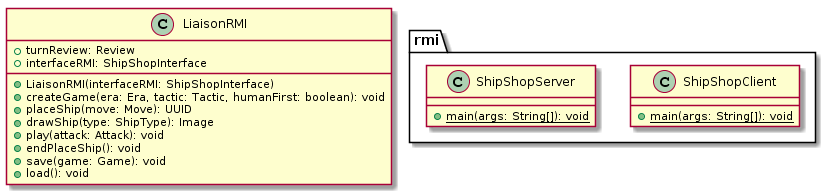
This is doc/conception suite/image/class/rmi.png from Reynault/ShipShop, a PlantUML export, as it was before one commit.
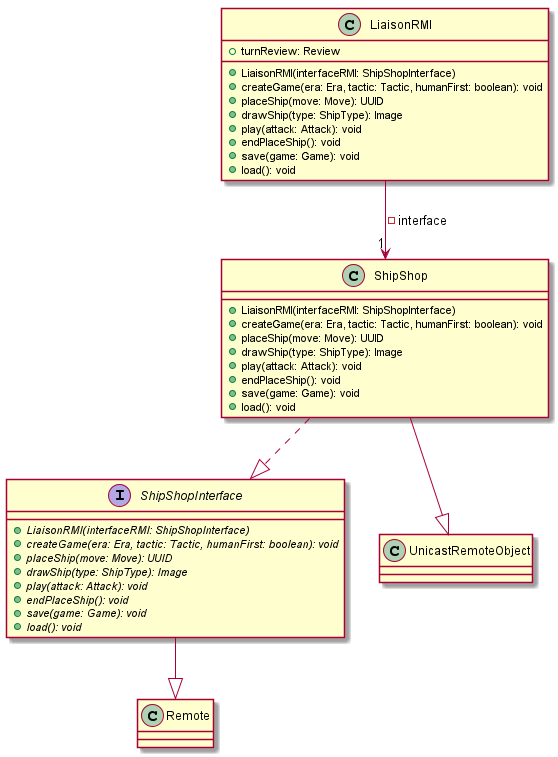
The same file after the commit.

Change to the diagram source:
```diff
@@ -1,17 +1,31 @@
 @startuml
-package rmi <<Folder>> {
-        class ShipShopClient {
-            +{static} main(args: String[]): void
-        }
 
-        class ShipShopServer {
-            +{static} main(args: String[]): void
-        }
+    interface ShipShopInterface{
+        + {abstract} LiaisonRMI(interfaceRMI: ShipShopInterface)
+        + {abstract} createGame(era: Era, tactic: Tactic, humanFirst: boolean): void
+        + {abstract} placeShip(move: Move): UUID
+        + {abstract} drawShip(type: ShipType): Image
+        + {abstract} play(attack: Attack): void
+        + {abstract} endPlaceShip(): void
+        + {abstract} save(game: Game): void
+        + {abstract} load(): void
+
+    }
+
+    class ShipShop{
+        +LiaisonRMI(interfaceRMI: ShipShopInterface)
+        +createGame(era: Era, tactic: Tactic, humanFirst: boolean): void
+        +placeShip(move: Move): UUID
+        +drawShip(type: ShipType): Image
+        +play(attack: Attack): void
+        +endPlaceShip(): void
+        +save(game: Game): void
+        +load(): void
+
     }
 
     class LiaisonRMI {
         +turnReview: Review
-        +interfaceRMI: ShipShopInterface
 
         +LiaisonRMI(interfaceRMI: ShipShopInterface)
         +createGame(era: Era, tactic: Tactic, humanFirst: boolean): void
@@ -23,4 +37,13 @@
         +load(): void
 
     }
+
+
+    LiaisonRMI --> "1" ShipShop : - interface
+
+    ShipShop ..|> ShipShopInterface
+
+    ShipShop --|> UnicastRemoteObject
+    ShipShopInterface --|> Remote
+
 @enduml
```
